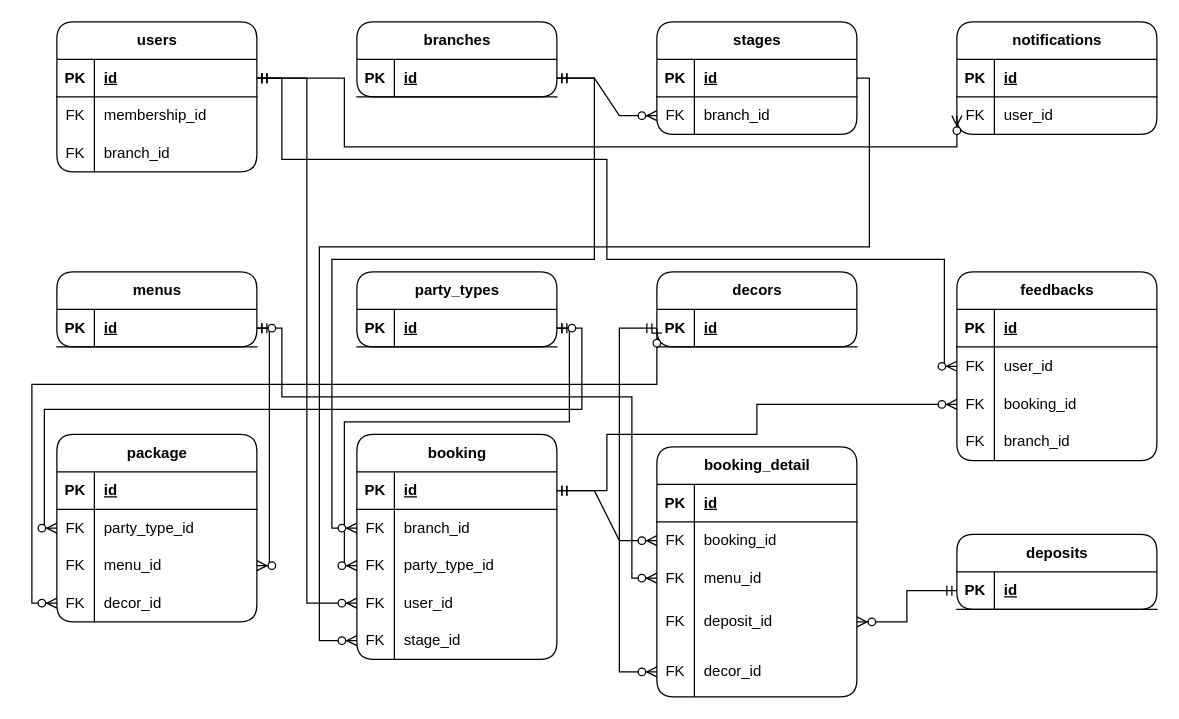
Earlier version of the draw.io diagram page "ERD-L1.3 - BOOKING" (8 of 8) of Joie Palace.drawio (HongSon04/ERD-Joie-Palace). Source tidied: cells renumbered, new cells numbered last; positions are measured from the earlier drawing's top-left corner, leaving out a move shared by most shapes. Both pictures are drawn from the tidied source at 125%, with x=0, y=0 at pixel (31, 21).
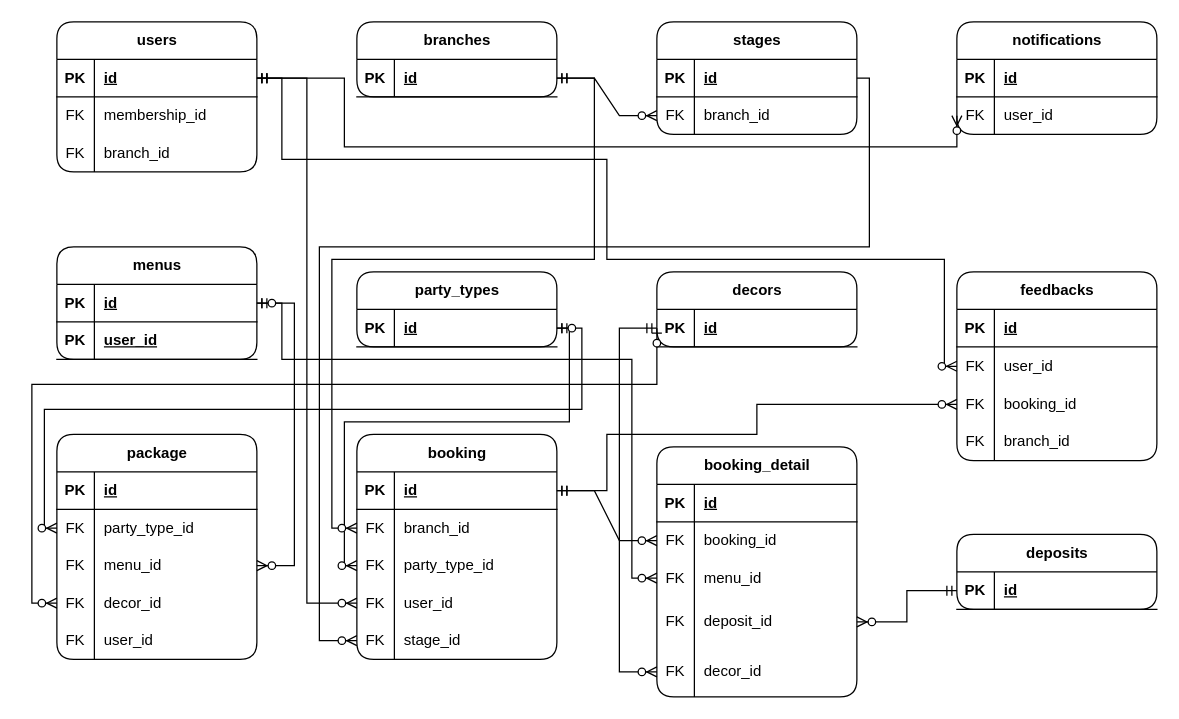
Above is the later version.

The change refers to these unchanged cells:
```xml
<mxCell id="34" style="shape=tableRow;horizontal=0;startSize=0;swimlaneHead=0;swimlaneBody=0;fillColor=none;points=[[0,0.5],[1,0.5]];portConstraint=eastwest;top=0;left=0;right=0;bottom=1;" parent="33" vertex="1">
  <mxGeometry y="30" width="160" height="30" as="geometry" />
</mxCell>
<mxCell id="44" style="shape=tableRow;horizontal=0;startSize=0;swimlaneHead=0;swimlaneBody=0;fillColor=none;points=[[0,0.5],[1,0.5]];portConstraint=eastwest;top=0;left=0;right=0;bottom=0;" parent="37" vertex="1">
  <mxGeometry y="90" width="160" height="30" as="geometry" />
</mxCell>
<mxCell id="104" style="shape=tableRow;horizontal=0;startSize=0;swimlaneHead=0;swimlaneBody=0;fillColor=none;points=[[0,0.5],[1,0.5]];portConstraint=eastwest;top=0;left=0;right=0;bottom=0;" parent="97" vertex="1">
  <mxGeometry y="90" width="160" height="30" as="geometry" />
</mxCell>
```

The edit, as a diff of the source:
```diff
@@
     <mxCell id="33" value="menus" style="shape=table;startSize=30;childLayout=tableLayout;rowLines=0;fontStyle=1;align=center;html=1;rounded=1;" parent="1" vertex="1">
-      <mxGeometry x="20" y="200" width="160" height="60" as="geometry" />
+      <mxGeometry x="20" y="180" width="160" height="90" as="geometry" />
     </mxCell>
@@
+    <mxCell id="121" style="shape=tableRow;horizontal=0;startSize=0;swimlaneHead=0;swimlaneBody=0;fillColor=none;top=0;left=0;right=0;bottom=1;" parent="33" vertex="1">
+      <mxGeometry y="60" width="160" height="30" as="geometry" />
+    </mxCell>
+    <mxCell id="122" value="PK" style="shape=partialRectangle;fillColor=none;top=0;left=0;bottom=0;right=0;fontStyle=1;overflow=hidden;whiteSpace=wrap;html=1;" parent="121" vertex="1">
+      <mxGeometry width="30" height="30" as="geometry" />
+    </mxCell>
+    <mxCell id="123" value="user_id" style="shape=partialRectangle;fillColor=none;top=0;left=0;bottom=0;right=0;align=left;spacingLeft=6;fontStyle=5;overflow=hidden;whiteSpace=wrap;html=1;" parent="121" vertex="1">
+      <mxGeometry x="30" width="130" height="30" as="geometry" />
+    </mxCell>
@@
     <mxCell id="77" style="edgeStyle=orthogonalEdgeStyle;fontSize=12;html=1;endArrow=ERzeroToMany;startArrow=ERmandOne;rounded=0;exitX=1;exitY=0.5;exitDx=0;exitDy=0;entryX=0;entryY=0.5;entryDx=0;entryDy=0;" parent="1" edge="1" source="34" target="44">
       <mxGeometry relative="1" as="geometry">
         <Array as="points">
-          <mxPoint x="200" y="245" />
-          <mxPoint x="200" y="300" />
-          <mxPoint x="480" y="300" />
+          <mxPoint x="200" y="225" />
+          <mxPoint x="200" y="270" />
+          <mxPoint x="480" y="270" />
           <mxPoint x="480" y="445" />
         </Array>
       </mxGeometry>
     </mxCell>
@@
     <mxCell id="97" value="package" style="shape=table;startSize=30;childLayout=tableLayout;rowLines=0;fontStyle=1;align=center;html=1;rounded=1;" parent="1" vertex="1">
-      <mxGeometry x="20" y="330" width="160" height="150" as="geometry" />
+      <mxGeometry x="20" y="330" width="160" height="180" as="geometry" />
     </mxCell>
@@
+    <mxCell id="124" style="shape=tableRow;horizontal=0;startSize=0;swimlaneHead=0;swimlaneBody=0;fillColor=none;top=0;left=0;right=0;bottom=0;" parent="97" vertex="1">
+      <mxGeometry y="150" width="160" height="30" as="geometry" />
+    </mxCell>
+    <mxCell id="125" value="FK" style="shape=partialRectangle;fillColor=none;top=0;left=0;bottom=0;right=0;overflow=hidden;whiteSpace=wrap;html=1;" parent="124" vertex="1">
+      <mxGeometry width="30" height="30" as="geometry" />
+    </mxCell>
+    <mxCell id="126" value="user_id" style="shape=partialRectangle;fillColor=none;top=0;left=0;bottom=0;right=0;align=left;spacingLeft=6;overflow=hidden;whiteSpace=wrap;html=1;" parent="124" vertex="1">
+      <mxGeometry x="30" width="130" height="30" as="geometry" />
+    </mxCell>
@@
     <mxCell id="111" style="edgeStyle=orthogonalEdgeStyle;fontSize=12;html=1;endArrow=ERzeroToMany;startArrow=ERzeroToOne;rounded=0;entryX=1;entryY=0.5;entryDx=0;entryDy=0;exitX=1;exitY=0.5;exitDx=0;exitDy=0;" parent="1" edge="1" source="34" target="104">
-      <mxGeometry relative="1" as="geometry" />
+      <mxGeometry relative="1" as="geometry">
+        <Array as="points">
+          <mxPoint x="210" y="225" />
+          <mxPoint x="210" y="435" />
+        </Array>
+      </mxGeometry>
     </mxCell>
```
